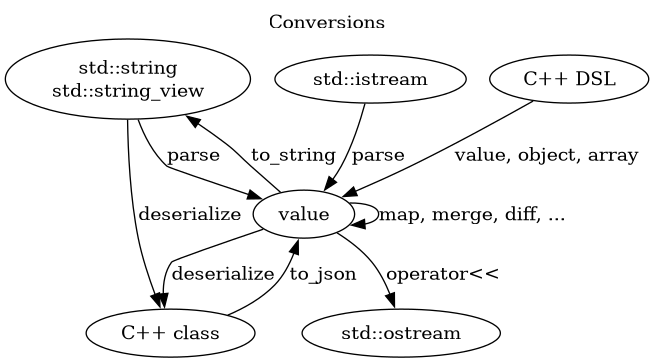
This is doc/conversions.png from tgockel/json-voorhees, a Graphviz export, as it was before one commit. Its source is kept beside it as doc/conversions.dot.
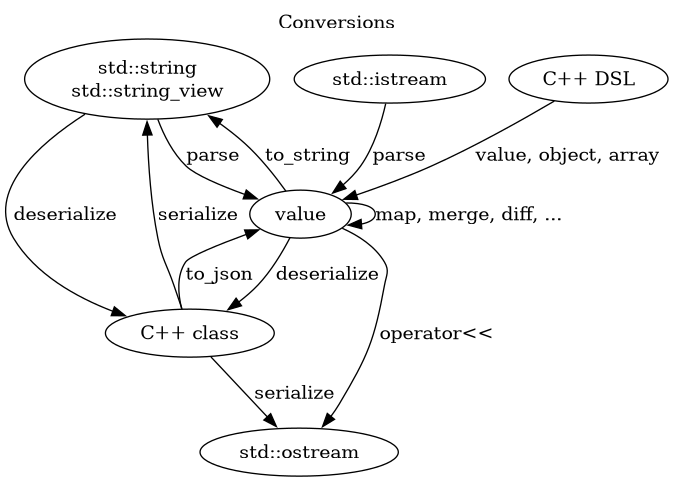
After the change.

Commit message:
Add serialize entry points for text, streams and writers

The edit, as a diff of the source:
```diff
@@ -17,5 +17,7 @@
   str     -> class   [label="deserialize", URL="\ref jsonv::deserialize"]
   value   -> class   [label="deserialize", URL="\ref jsonv::deserialize"]
   class   -> value   [label="to_json", URL="\ref jsonv::to_json"]
+  class   -> str     [label="serialize", URL="\ref jsonv::serialize"]
+  class   -> ostream [label="serialize", URL="\ref jsonv::serialize"]
   dsl     -> value   [label="value, object, array"]
 }
```
